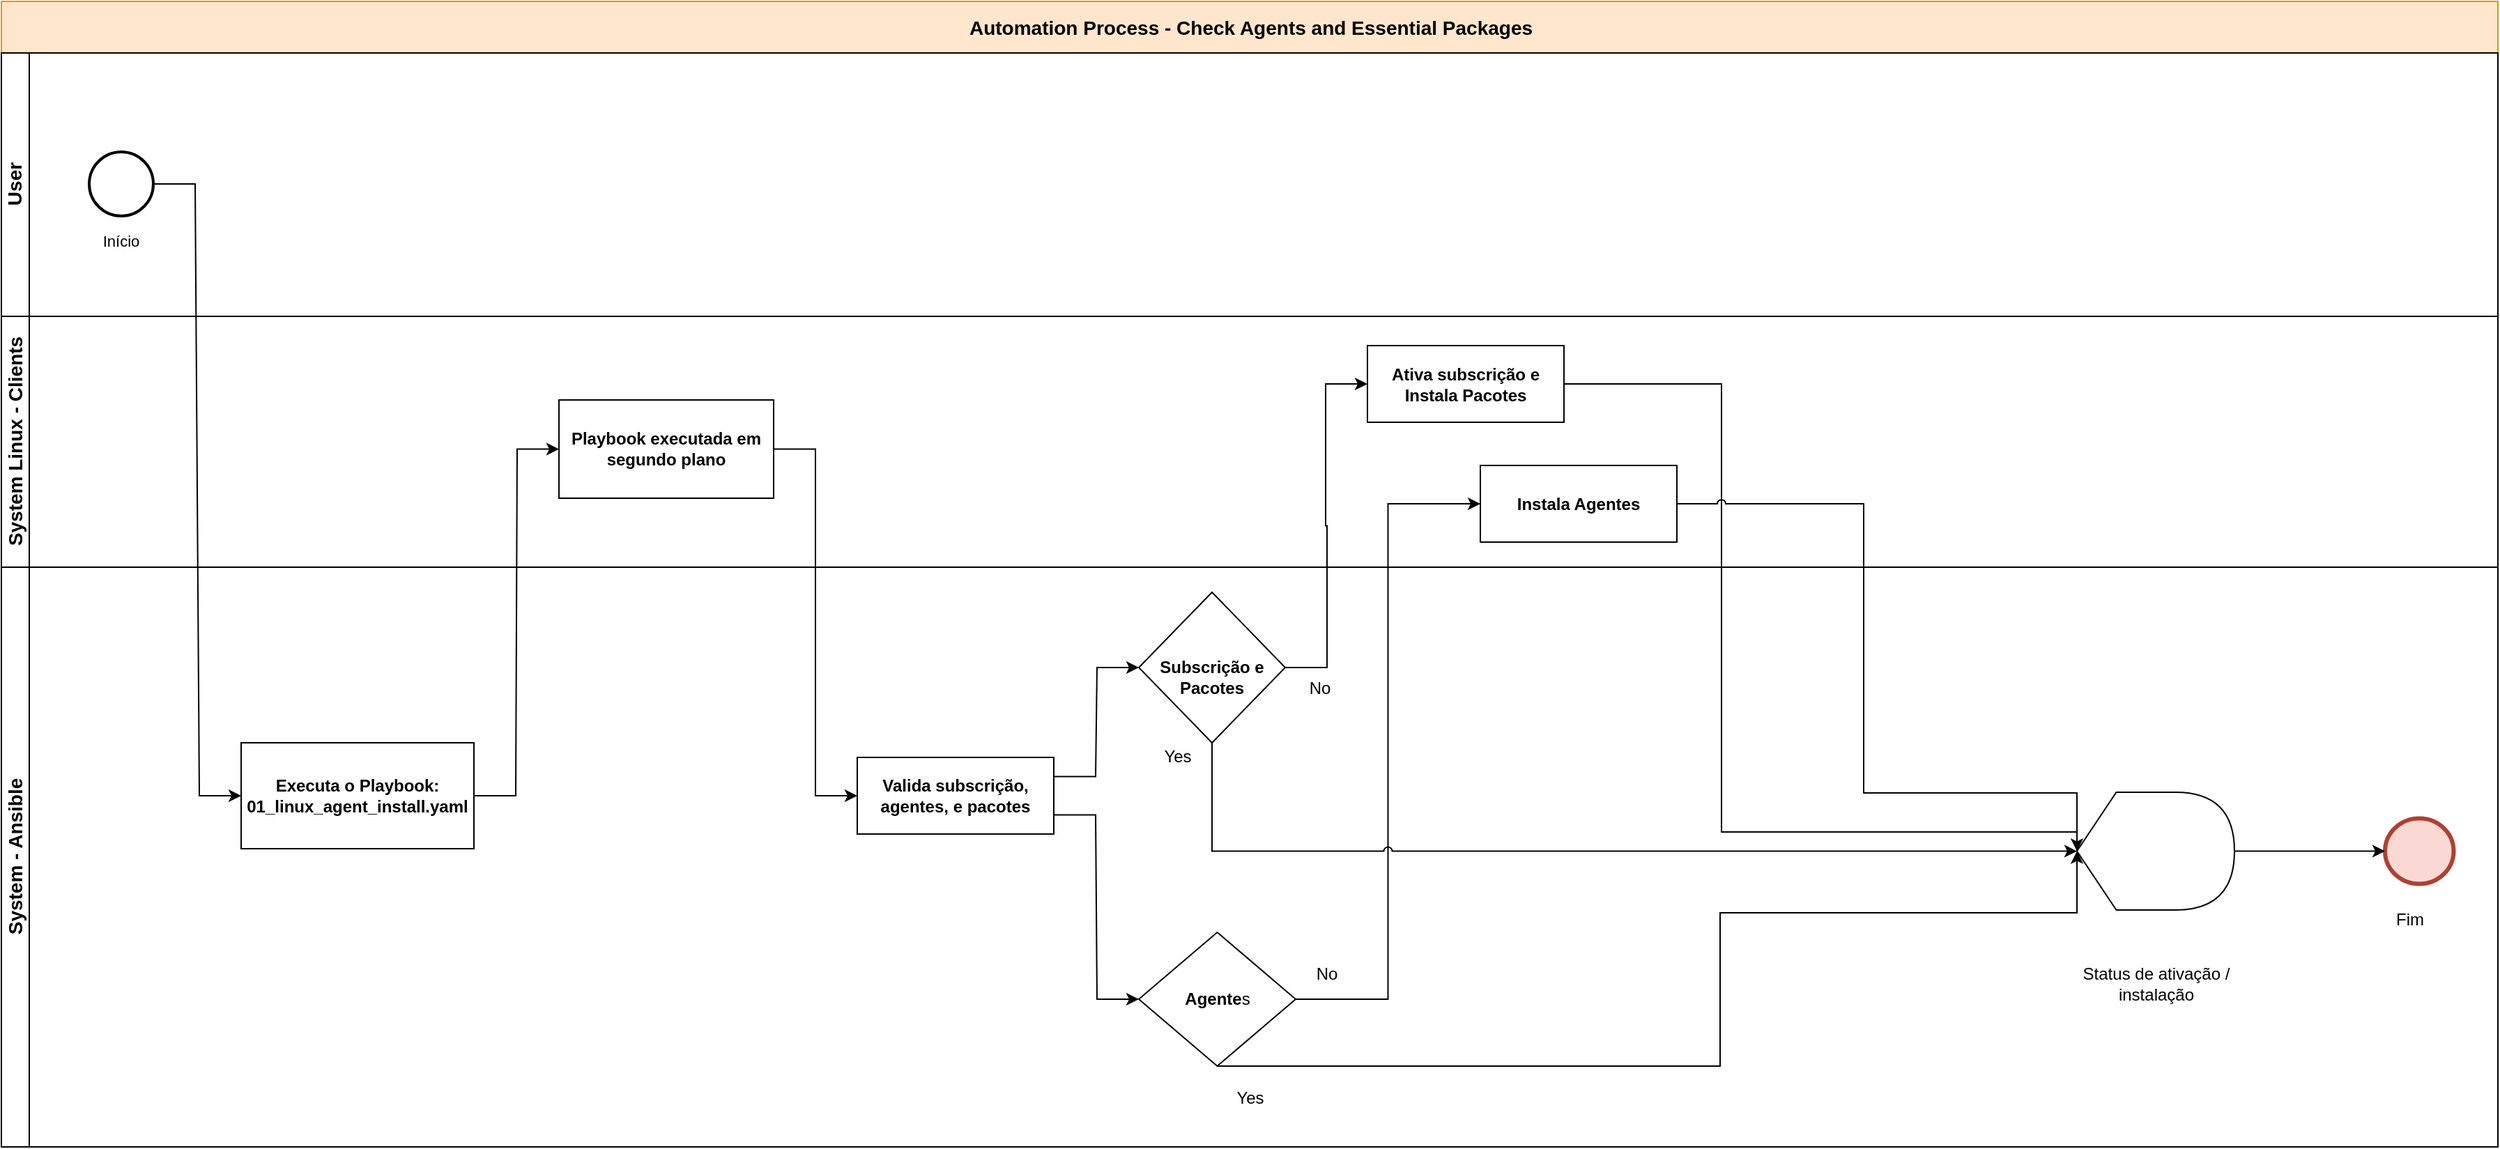
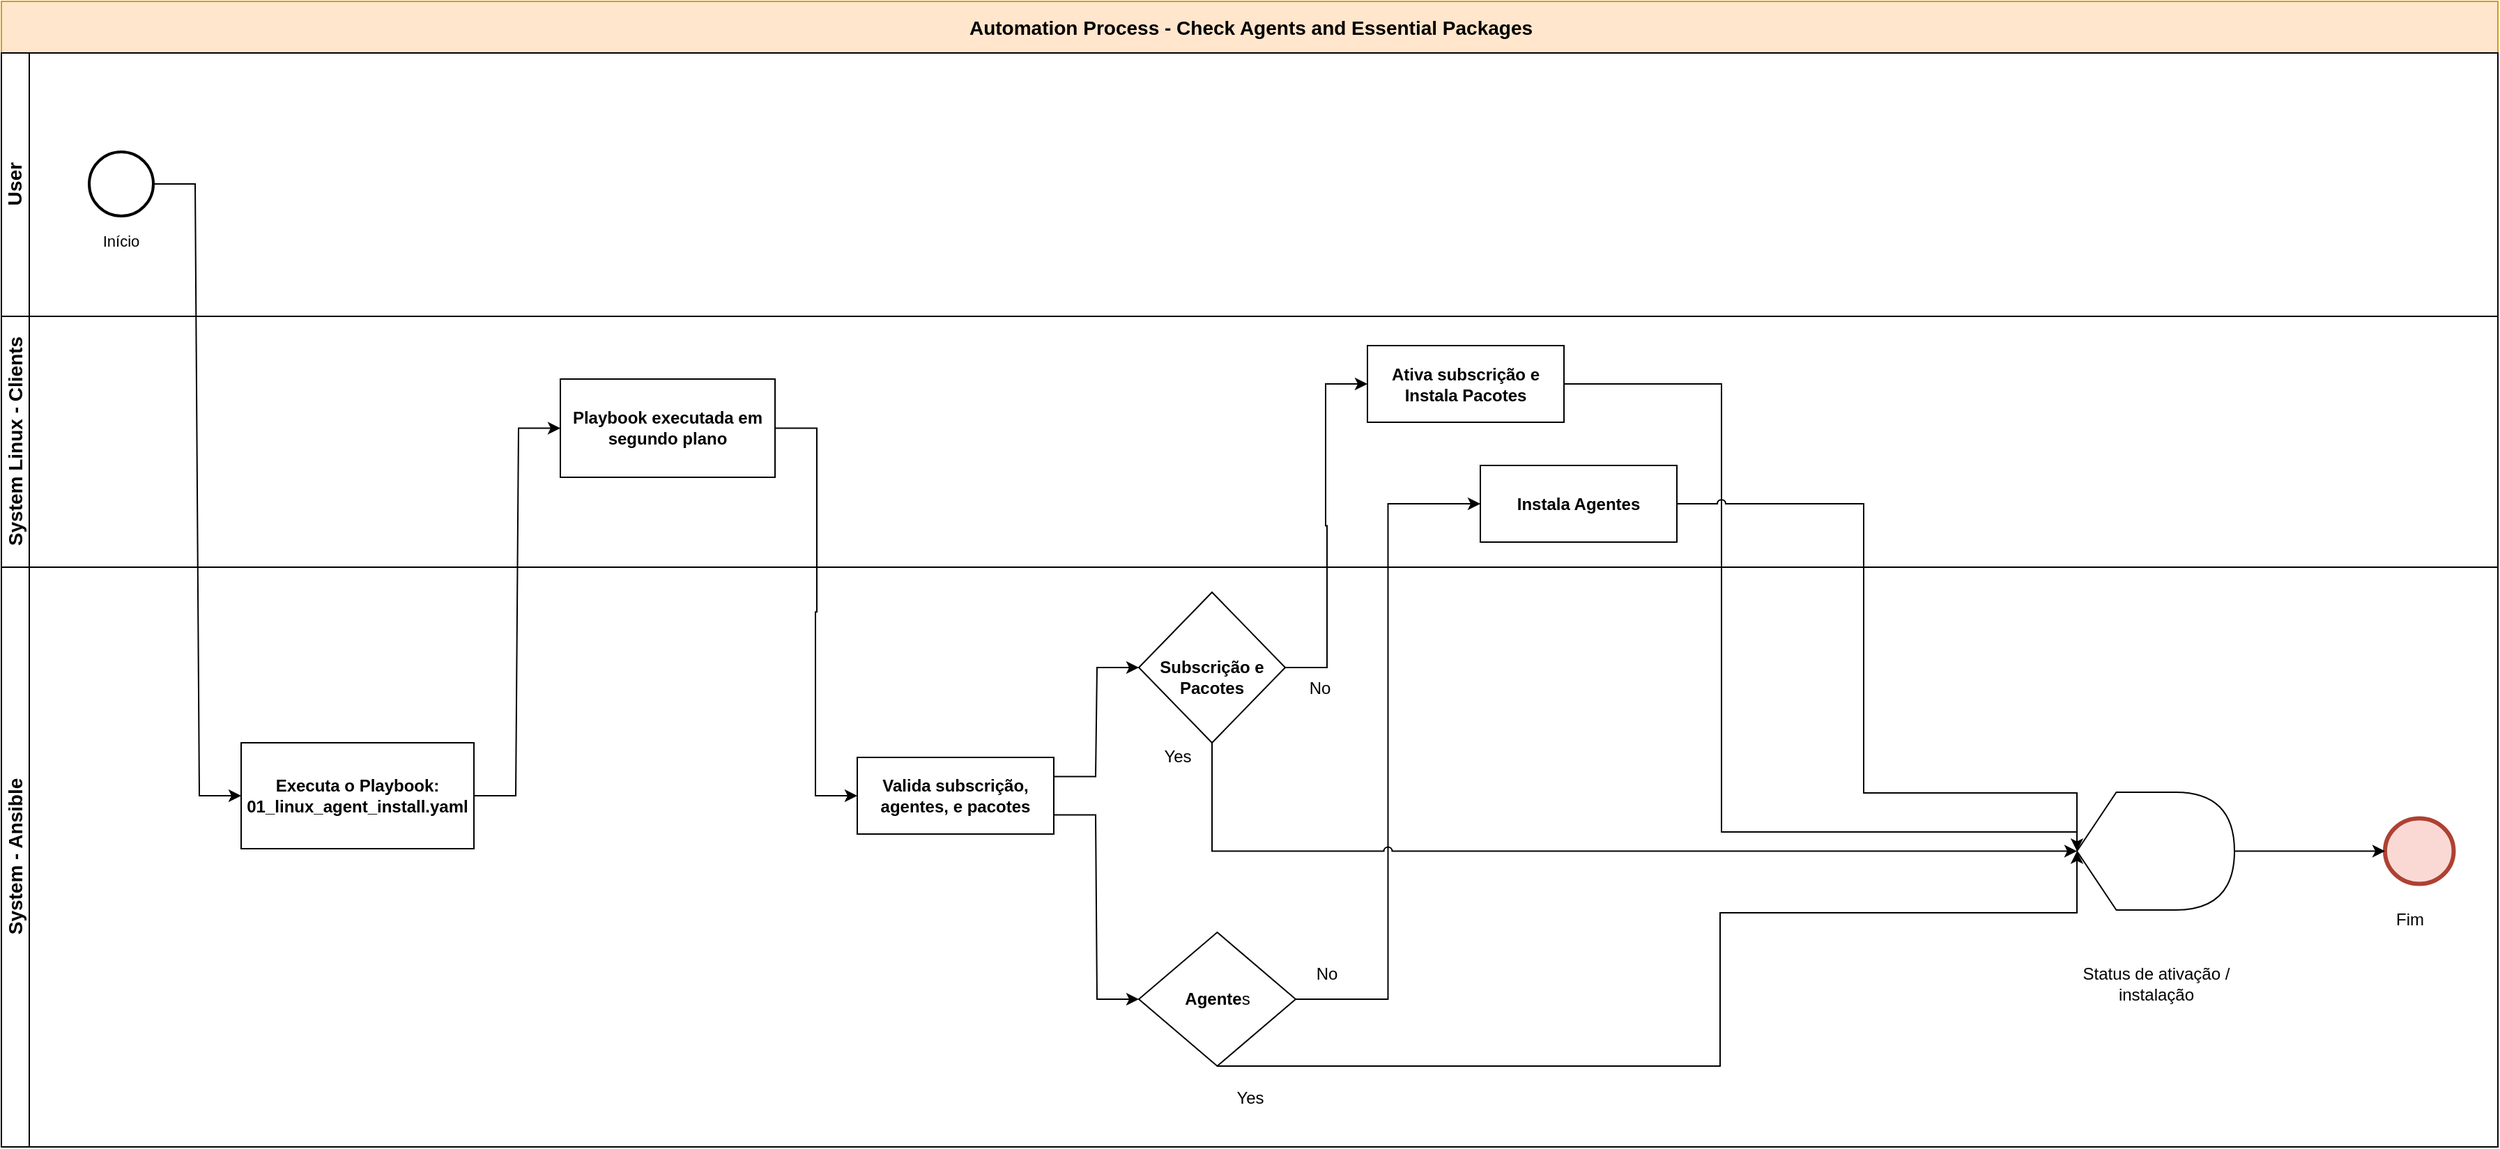
<mxfile host="app.diagrams.net">
  <diagram name="Page-1" id="64e8F4NmcQV0RyfO16XD">
-     <mxGraphModel dx="2406" dy="1227" grid="0" gridSize="10" guides="1" tooltips="1" connect="1" arrows="1" fold="1" page="0" pageScale="1" pageWidth="850" pageHeight="1100" math="0" shadow="0">
+     <mxGraphModel dx="2333" dy="1011" grid="0" gridSize="10" guides="1" tooltips="1" connect="1" arrows="1" fold="1" page="0" pageScale="1" pageWidth="850" pageHeight="1100" math="0" shadow="0">
      <root>
        <mxCell id="0" />
        <mxCell id="1" parent="0" />
        <mxCell id="l8U78lP06yOk8_NAmsvG-6" parent="1" style="swimlane;childLayout=stackLayout;resizeParent=1;resizeParentMax=0;horizontal=1;startSize=37;horizontalStack=0;html=1;fillColor=#ffe6cc;strokeColor=#d79b00;" value="&lt;font style=&quot;font-size: 14px;&quot;&gt;Automation Process - Check Agents and Essential Packages&lt;/font&gt;" vertex="1">
          <mxGeometry height="822" width="1791" x="-338" y="37" as="geometry" />
        </mxCell>
        <mxCell id="l8U78lP06yOk8_NAmsvG-7" parent="l8U78lP06yOk8_NAmsvG-6" style="swimlane;startSize=20;horizontal=0;html=1;" value="&lt;b&gt;&lt;font style=&quot;font-size: 14px;&quot;&gt;User&lt;/font&gt;&lt;/b&gt;" vertex="1">
          <mxGeometry height="189" width="1791" y="37" as="geometry" />
        </mxCell>
        <mxCell id="l8U78lP06yOk8_NAmsvG-2" parent="l8U78lP06yOk8_NAmsvG-7" style="strokeWidth=2;html=1;shape=mxgraph.flowchart.start_2;whiteSpace=wrap;" value="" vertex="1">
          <mxGeometry height="46" width="46" x="63" y="71" as="geometry" />
        </mxCell>
        <mxCell id="l8U78lP06yOk8_NAmsvG-11" parent="l8U78lP06yOk8_NAmsvG-7" style="text;html=1;whiteSpace=wrap;strokeColor=none;fillColor=none;align=center;verticalAlign=middle;rounded=0;" value="&lt;font style=&quot;font-size: 11px;&quot;&gt;Início&lt;/font&gt;" vertex="1">
          <mxGeometry height="30" width="60" x="56" y="120" as="geometry" />
        </mxCell>
        <mxCell id="l8U78lP06yOk8_NAmsvG-16" edge="1" parent="l8U78lP06yOk8_NAmsvG-6" source="l8U78lP06yOk8_NAmsvG-13" style="endArrow=classic;html=1;rounded=0;exitX=1;exitY=0.5;exitDx=0;exitDy=0;edgeStyle=entityRelationEdgeStyle;entryX=0;entryY=0.5;entryDx=0;entryDy=0;endFill=1;" target="l8U78lP06yOk8_NAmsvG-15" value="">
          <mxGeometry height="50" relative="1" width="50" as="geometry">
            <mxPoint x="434" y="285" as="sourcePoint" />
            <mxPoint x="435" y="455" as="targetPoint" />
          </mxGeometry>
        </mxCell>
        <mxCell id="l8U78lP06yOk8_NAmsvG-18" edge="1" parent="l8U78lP06yOk8_NAmsvG-6" source="l8U78lP06yOk8_NAmsvG-17" style="endArrow=none;html=1;rounded=0;exitX=0;exitY=0.5;exitDx=0;exitDy=0;edgeStyle=entityRelationEdgeStyle;entryX=1;entryY=0.5;entryDx=0;entryDy=0;startArrow=classic;startFill=1;" target="l8U78lP06yOk8_NAmsvG-15" value="">
          <mxGeometry height="50" relative="1" width="50" as="geometry">
            <mxPoint x="511" y="587" as="sourcePoint" />
            <mxPoint x="572" y="409" as="targetPoint" />
          </mxGeometry>
        </mxCell>
        <mxCell id="l8U78lP06yOk8_NAmsvG-8" parent="l8U78lP06yOk8_NAmsvG-6" style="swimlane;startSize=20;horizontal=0;html=1;" value="&lt;font style=&quot;font-size: 14px;&quot;&gt;System Linux - Clients&lt;/font&gt;" vertex="1">
          <mxGeometry height="180" width="1791" y="226" as="geometry" />
        </mxCell>
        <mxCell id="l8U78lP06yOk8_NAmsvG-15" parent="l8U78lP06yOk8_NAmsvG-8" style="whiteSpace=wrap;html=1;strokeWidth=1;" value="&lt;b&gt;Playbook executada em segundo plano&lt;/b&gt;" vertex="1">
-           <mxGeometry height="70.5" width="154" x="400" y="60" as="geometry" />
+           <mxGeometry height="70.5" width="154" x="401" y="45" as="geometry" />
        </mxCell>
        <mxCell id="l8U78lP06yOk8_NAmsvG-28" parent="l8U78lP06yOk8_NAmsvG-8" style="whiteSpace=wrap;html=1;strokeWidth=1;" value="&lt;b&gt;Instala Agentes&lt;br&gt;&lt;/b&gt;" vertex="1">
          <mxGeometry height="55" width="141" x="1061" y="107" as="geometry" />
        </mxCell>
        <mxCell id="l8U78lP06yOk8_NAmsvG-31" parent="l8U78lP06yOk8_NAmsvG-8" style="whiteSpace=wrap;html=1;strokeWidth=1;" value="&lt;b&gt;Ativa subscrição e Instala Pacotes&lt;br&gt;&lt;/b&gt;" vertex="1">
          <mxGeometry height="55" width="141" x="980" y="21" as="geometry" />
        </mxCell>
        <mxCell id="l8U78lP06yOk8_NAmsvG-32" edge="1" parent="l8U78lP06yOk8_NAmsvG-6" source="l8U78lP06yOk8_NAmsvG-20" style="endArrow=classic;html=1;rounded=0;edgeStyle=entityRelationEdgeStyle;entryX=0;entryY=0.5;entryDx=0;entryDy=0;endFill=1;exitX=1;exitY=0.5;exitDx=0;exitDy=0;" target="l8U78lP06yOk8_NAmsvG-31" value="">
          <mxGeometry height="50" relative="1" width="50" as="geometry">
            <mxPoint x="1016" y="583" as="sourcePoint" />
            <mxPoint x="1076" y="368" as="targetPoint" />
          </mxGeometry>
        </mxCell>
        <mxCell id="l8U78lP06yOk8_NAmsvG-30" edge="1" parent="l8U78lP06yOk8_NAmsvG-6" source="l8U78lP06yOk8_NAmsvG-19" style="endArrow=classic;html=1;rounded=0;edgeStyle=orthogonalEdgeStyle;entryX=0;entryY=0.5;entryDx=0;entryDy=0;endFill=1;" target="l8U78lP06yOk8_NAmsvG-28" value="">
          <mxGeometry height="50" relative="1" width="50" as="geometry">
            <mxPoint x="880" y="358" as="sourcePoint" />
            <mxPoint x="999" y="287" as="targetPoint" />
          </mxGeometry>
        </mxCell>
        <mxCell id="l8U78lP06yOk8_NAmsvG-14" edge="1" parent="l8U78lP06yOk8_NAmsvG-6" source="l8U78lP06yOk8_NAmsvG-2" style="rounded=0;orthogonalLoop=1;jettySize=auto;html=1;edgeStyle=entityRelationEdgeStyle;" target="l8U78lP06yOk8_NAmsvG-13" value="">
          <mxGeometry relative="1" as="geometry" />
        </mxCell>
        <mxCell id="l8U78lP06yOk8_NAmsvG-44" edge="1" parent="l8U78lP06yOk8_NAmsvG-6" source="l8U78lP06yOk8_NAmsvG-42" style="endArrow=none;html=1;rounded=0;edgeStyle=orthogonalEdgeStyle;entryX=1;entryY=0.5;entryDx=0;entryDy=0;endFill=0;exitX=0;exitY=0.5;exitDx=0;exitDy=0;exitPerimeter=0;" target="l8U78lP06yOk8_NAmsvG-31" value="">
          <mxGeometry height="50" relative="1" width="50" as="geometry">
            <Array as="points">
              <mxPoint x="1469" y="596" />
              <mxPoint x="1234" y="596" />
              <mxPoint x="1234" y="258" />
            </Array>
            <mxPoint x="1268" y="622" as="sourcePoint" />
            <mxPoint x="1328" y="270" as="targetPoint" />
          </mxGeometry>
        </mxCell>
        <mxCell id="l8U78lP06yOk8_NAmsvG-45" edge="1" parent="l8U78lP06yOk8_NAmsvG-6" source="l8U78lP06yOk8_NAmsvG-42" style="endArrow=none;html=1;rounded=0;entryX=1;entryY=0.5;entryDx=0;entryDy=0;endFill=0;exitX=0;exitY=0.5;exitDx=0;exitDy=0;exitPerimeter=0;edgeStyle=orthogonalEdgeStyle;startArrow=classic;startFill=1;jumpStyle=arc;" target="l8U78lP06yOk8_NAmsvG-28" value="">
          <mxGeometry height="50" relative="1" width="50" as="geometry">
            <Array as="points">
              <mxPoint x="1469" y="568" />
              <mxPoint x="1336" y="568" />
              <mxPoint x="1336" y="344" />
            </Array>
            <mxPoint x="1344" y="624" as="sourcePoint" />
            <mxPoint x="1188" y="275" as="targetPoint" />
          </mxGeometry>
        </mxCell>
        <mxCell id="l8U78lP06yOk8_NAmsvG-9" parent="l8U78lP06yOk8_NAmsvG-6" style="swimlane;startSize=20;horizontal=0;html=1;" value="&lt;font style=&quot;font-size: 14px;&quot;&gt;System - Ansible&lt;/font&gt;" vertex="1">
          <mxGeometry height="416" width="1791" y="406" as="geometry" />
        </mxCell>
        <mxCell id="l8U78lP06yOk8_NAmsvG-13" parent="l8U78lP06yOk8_NAmsvG-9" style="whiteSpace=wrap;html=1;strokeWidth=1;" value="&lt;b&gt;Executa o Playbook: 01_linux_agent_install.yaml&lt;/b&gt;" vertex="1">
          <mxGeometry height="76" width="167" x="172" y="126" as="geometry" />
        </mxCell>
        <mxCell id="l8U78lP06yOk8_NAmsvG-17" parent="l8U78lP06yOk8_NAmsvG-9" style="whiteSpace=wrap;html=1;strokeWidth=1;" value="&lt;b&gt;Valida subscrição, agentes, e pacotes&lt;br&gt;&lt;/b&gt;" vertex="1">
          <mxGeometry height="55" width="141" x="614" y="136.5" as="geometry" />
        </mxCell>
        <mxCell id="l8U78lP06yOk8_NAmsvG-20" parent="l8U78lP06yOk8_NAmsvG-9" style="rhombus;whiteSpace=wrap;html=1;" value="&lt;div&gt;&lt;b&gt;&lt;br&gt;&lt;/b&gt;&lt;/div&gt;&lt;div&gt;&lt;b&gt;Subscrição e Pacotes&lt;/b&gt;&lt;/div&gt;" vertex="1">
          <mxGeometry height="108" width="105" x="816" y="18" as="geometry" />
        </mxCell>
        <mxCell id="l8U78lP06yOk8_NAmsvG-23" edge="1" parent="l8U78lP06yOk8_NAmsvG-9" source="l8U78lP06yOk8_NAmsvG-17" style="endArrow=classic;html=1;rounded=0;exitX=1;exitY=0.25;exitDx=0;exitDy=0;edgeStyle=entityRelationEdgeStyle;entryX=0;entryY=0.5;entryDx=0;entryDy=0;endFill=1;" target="l8U78lP06yOk8_NAmsvG-20" value="">
          <mxGeometry height="50" relative="1" width="50" as="geometry">
            <mxPoint x="841" y="203" as="sourcePoint" />
            <mxPoint x="960" y="132" as="targetPoint" />
          </mxGeometry>
        </mxCell>
        <mxCell id="l8U78lP06yOk8_NAmsvG-24" parent="l8U78lP06yOk8_NAmsvG-9" style="text;html=1;whiteSpace=wrap;strokeColor=none;fillColor=none;align=center;verticalAlign=middle;rounded=0;" value="Yes" vertex="1">
          <mxGeometry height="30" width="60" x="814" y="121" as="geometry" />
        </mxCell>
        <mxCell id="l8U78lP06yOk8_NAmsvG-25" parent="l8U78lP06yOk8_NAmsvG-9" style="text;html=1;whiteSpace=wrap;strokeColor=none;fillColor=none;align=center;verticalAlign=middle;rounded=0;" value="Yes" vertex="1">
          <mxGeometry height="30" width="60" x="865.5" y="366" as="geometry" />
        </mxCell>
        <mxCell id="l8U78lP06yOk8_NAmsvG-26" parent="l8U78lP06yOk8_NAmsvG-9" style="text;html=1;whiteSpace=wrap;strokeColor=none;fillColor=none;align=center;verticalAlign=middle;rounded=0;" value="No" vertex="1">
          <mxGeometry height="30" width="60" x="916" y="72" as="geometry" />
        </mxCell>
        <mxCell id="l8U78lP06yOk8_NAmsvG-27" parent="l8U78lP06yOk8_NAmsvG-9" style="text;html=1;whiteSpace=wrap;strokeColor=none;fillColor=none;align=center;verticalAlign=middle;rounded=0;" value="No" vertex="1">
          <mxGeometry height="30" width="60" x="921" y="277" as="geometry" />
        </mxCell>
        <mxCell id="l8U78lP06yOk8_NAmsvG-19" parent="l8U78lP06yOk8_NAmsvG-9" style="rhombus;whiteSpace=wrap;html=1;" value="&lt;b&gt;Agente&lt;/b&gt;s" vertex="1">
          <mxGeometry height="96" width="112.5" x="816" y="262" as="geometry" />
        </mxCell>
        <mxCell id="l8U78lP06yOk8_NAmsvG-22" edge="1" parent="l8U78lP06yOk8_NAmsvG-9" source="l8U78lP06yOk8_NAmsvG-17" style="endArrow=classic;html=1;rounded=0;exitX=1;exitY=0.75;exitDx=0;exitDy=0;edgeStyle=entityRelationEdgeStyle;entryX=0;entryY=0.5;entryDx=0;entryDy=0;endFill=1;" target="l8U78lP06yOk8_NAmsvG-19" value="">
          <mxGeometry height="50" relative="1" width="50" as="geometry">
            <mxPoint x="433" y="333" as="sourcePoint" />
            <mxPoint x="493" y="72" as="targetPoint" />
          </mxGeometry>
        </mxCell>
        <mxCell id="l8U78lP06yOk8_NAmsvG-43" parent="l8U78lP06yOk8_NAmsvG-9" style="text;html=1;whiteSpace=wrap;strokeColor=none;fillColor=none;align=center;verticalAlign=middle;rounded=0;" value="Status de ativação / instalação" vertex="1">
          <mxGeometry height="30" width="130" x="1480.5" y="284" as="geometry" />
        </mxCell>
        <mxCell id="l8U78lP06yOk8_NAmsvG-54" parent="l8U78lP06yOk8_NAmsvG-9" style="ellipse;whiteSpace=wrap;html=1;fillColor=#fad9d5;strokeColor=#ae4132;strokeWidth=3;" value="" vertex="1">
          <mxGeometry height="47" width="49.25" x="1710" y="180.25" as="geometry" />
        </mxCell>
        <mxCell id="l8U78lP06yOk8_NAmsvG-56" parent="l8U78lP06yOk8_NAmsvG-9" style="text;html=1;whiteSpace=wrap;strokeColor=none;fillColor=none;align=center;verticalAlign=middle;rounded=0;" value="Fim" vertex="1">
          <mxGeometry height="30" width="94" x="1681.25" y="238" as="geometry" />
        </mxCell>
        <mxCell id="l8U78lP06yOk8_NAmsvG-57" edge="1" parent="l8U78lP06yOk8_NAmsvG-9" source="l8U78lP06yOk8_NAmsvG-56" style="edgeStyle=orthogonalEdgeStyle;rounded=0;orthogonalLoop=1;jettySize=auto;html=1;exitX=0.5;exitY=1;exitDx=0;exitDy=0;" target="l8U78lP06yOk8_NAmsvG-56">
          <mxGeometry relative="1" as="geometry" />
        </mxCell>
        <mxCell id="l8U78lP06yOk8_NAmsvG-42" parent="l8U78lP06yOk8_NAmsvG-9" style="shape=display;whiteSpace=wrap;html=1;" value="" vertex="1">
          <mxGeometry height="84.5" width="113" x="1489" y="161.5" as="geometry" />
        </mxCell>
        <mxCell id="l8U78lP06yOk8_NAmsvG-47" edge="1" parent="l8U78lP06yOk8_NAmsvG-9" source="l8U78lP06yOk8_NAmsvG-42" style="endArrow=none;html=1;rounded=0;edgeStyle=orthogonalEdgeStyle;entryX=0.5;entryY=1;entryDx=0;entryDy=0;endFill=0;exitX=0;exitY=0.5;exitDx=0;exitDy=0;exitPerimeter=0;jumpStyle=arc;startArrow=classic;startFill=1;" target="l8U78lP06yOk8_NAmsvG-20" value="">
          <mxGeometry height="50" relative="1" width="50" as="geometry">
            <mxPoint x="1583" y="501.5" as="sourcePoint" />
            <mxPoint x="1235" y="144.5" as="targetPoint" />
          </mxGeometry>
        </mxCell>
        <mxCell id="l8U78lP06yOk8_NAmsvG-48" edge="1" parent="l8U78lP06yOk8_NAmsvG-9" source="l8U78lP06yOk8_NAmsvG-42" style="endArrow=none;html=1;rounded=0;edgeStyle=orthogonalEdgeStyle;entryX=0.5;entryY=1;entryDx=0;entryDy=0;endFill=0;exitX=0;exitY=0.5;exitDx=0;exitDy=0;exitPerimeter=0;jumpStyle=arc;startArrow=classic;startFill=1;" target="l8U78lP06yOk8_NAmsvG-19" value="">
          <mxGeometry height="50" relative="1" width="50" as="geometry">
            <Array as="points">
              <mxPoint x="1469" y="248" />
              <mxPoint x="1233" y="248" />
              <mxPoint x="1233" y="358" />
              <mxPoint x="941" y="358" />
            </Array>
            <mxPoint x="1895" y="292" as="sourcePoint" />
            <mxPoint x="1292" y="230" as="targetPoint" />
          </mxGeometry>
        </mxCell>
        <mxCell id="l8U78lP06yOk8_NAmsvG-55" edge="1" parent="l8U78lP06yOk8_NAmsvG-9" source="l8U78lP06yOk8_NAmsvG-42" style="edgeStyle=orthogonalEdgeStyle;rounded=0;orthogonalLoop=1;jettySize=auto;html=1;" target="l8U78lP06yOk8_NAmsvG-54" value="">
          <mxGeometry relative="1" as="geometry" />
        </mxCell>
      </root>
    </mxGraphModel>
  </diagram>
</mxfile>
